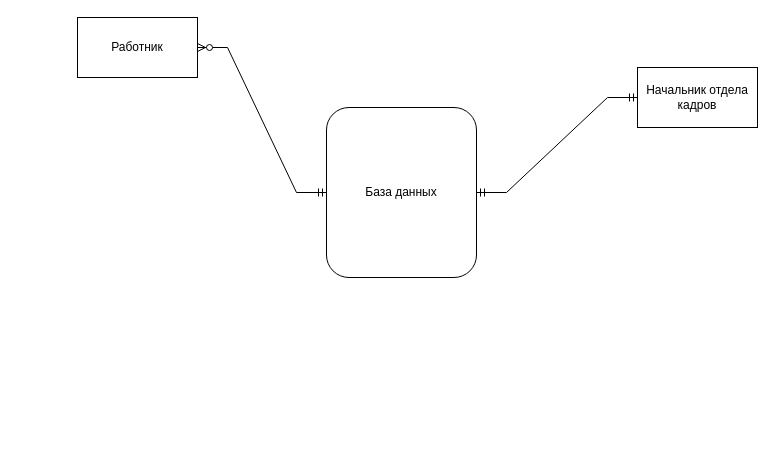
Earlier version of the draw.io diagram Диаграмма без названия.drawio (Shalapai2009/Project). Source tidied: cells renumbered, new cells numbered last; positions are measured from the earlier drawing's top-left corner, leaving out a move shared by most shapes. Both pictures are drawn from the tidied source at 100%, with x=0, y=0 at pixel (77, 17).
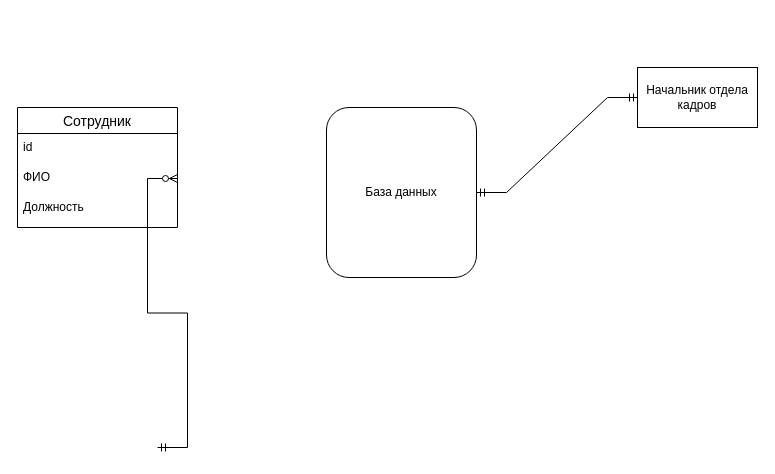
The same page after the edit.

Change to the diagram source:
```diff
@@
 <mxGraphModel>
   <root>
     <mxCell id="0" />
     <mxCell id="1" parent="0" />
     <mxCell id="2" value="База данных" style="rounded=1;whiteSpace=wrap;html=1;" parent="1" vertex="1">
       <mxGeometry x="249" y="90" width="150" height="170" as="geometry" />
     </mxCell>
-    <mxCell id="3" value="Работник" style="rounded=0;whiteSpace=wrap;html=1;" parent="1" vertex="1">
-      <mxGeometry width="120" height="60" as="geometry" />
-    </mxCell>
-    <mxCell id="4" style="edgeStyle=entityRelationEdgeStyle;fontSize=12;html=1;endArrow=ERzeroToMany;startArrow=ERmandOne;rounded=0;entryX=1;entryY=0.5;entryDx=0;entryDy=0;" parent="1" edge="1" source="2" target="3">
-      <mxGeometry relative="1" as="geometry" />
+    <mxCell id="4" style="edgeStyle=entityRelationEdgeStyle;fontSize=12;html=1;endArrow=ERzeroToMany;startArrow=ERmandOne;rounded=0;entryX=1;entryY=0.5;entryDx=0;entryDy=0;" parent="1" edge="1" target="9">
+      <mxGeometry relative="1" as="geometry">
+        <mxPoint x="80" y="430" as="sourcePoint" />
+      </mxGeometry>
     </mxCell>
     <mxCell id="5" value="Начальник отдела кадров" style="rounded=0;whiteSpace=wrap;html=1;" parent="1" vertex="1">
       <mxGeometry x="560" y="50" width="120" height="60" as="geometry" />
     </mxCell>
     <mxCell id="6" style="edgeStyle=entityRelationEdgeStyle;fontSize=12;html=1;endArrow=ERmandOne;startArrow=ERmandOne;rounded=0;exitX=1;exitY=0.5;exitDx=0;exitDy=0;" parent="1" edge="1" source="2" target="5">
       <mxGeometry relative="1" as="geometry" />
     </mxCell>
+    <mxCell id="7" value="Сотрудник" style="swimlane;fontStyle=0;horizontal=1;startSize=26;align=center;fontSize=14;" parent="1" vertex="1">
+      <mxGeometry x="-60" y="90" width="160" height="120" as="geometry" />
+    </mxCell>
+    <mxCell id="8" value="id" style="text;strokeColor=none;fillColor=none;spacingLeft=4;spacingRight=4;overflow=hidden;fontSize=12;whiteSpace=wrap;html=1;" parent="7" vertex="1">
+      <mxGeometry y="26" width="160" height="30" as="geometry" />
+    </mxCell>
+    <mxCell id="9" value="ФИО" style="text;strokeColor=none;fillColor=none;spacingLeft=4;spacingRight=4;overflow=hidden;points=[[0,0.5],[1,0.5]];portConstraint=eastwest;fontSize=12;whiteSpace=wrap;html=1;" parent="7" vertex="1">
+      <mxGeometry y="56" width="160" height="30" as="geometry" />
+    </mxCell>
+    <mxCell id="10" value="Должность" style="text;strokeColor=none;fillColor=none;spacingLeft=4;spacingRight=4;overflow=hidden;fontSize=12;whiteSpace=wrap;html=1;" parent="7" vertex="1">
+      <mxGeometry y="86" width="160" height="34" as="geometry" />
+    </mxCell>
   </root>
 </mxGraphModel>
```
